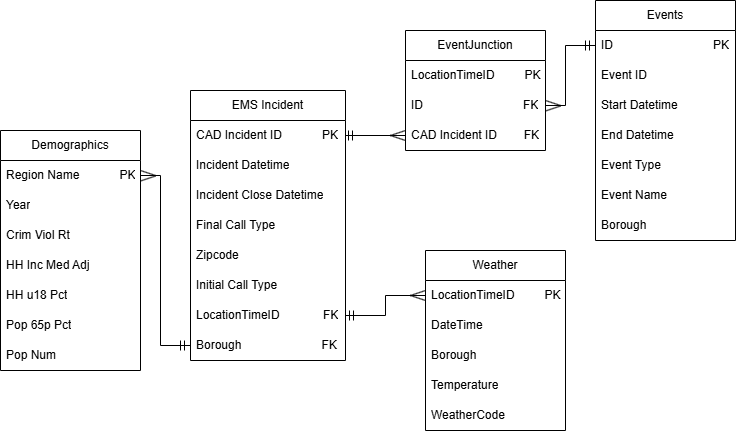
nylaup/ds4320-project1 keeps this draw.io diagram as images/erd.png. Above is the earlier version. Source tidied: cells renumbered, new cells last; positions are measured from the earlier drawing's top-left corner, leaving out a move shared by most shapes. Source of this version:
```xml
<mxGraphModel>
  <root>
    <mxCell id="0" />
    <mxCell id="1" parent="0" />
    <mxCell id="2" value="EMS Incident" style="swimlane;fontStyle=0;horizontal=1;startSize=30;whiteSpace=wrap;html=1;" parent="1" vertex="1">
      <mxGeometry x="190" y="90" width="155" height="270" as="geometry" />
    </mxCell>
    <mxCell id="3" value="CAD Incident ID&amp;nbsp; &amp;nbsp; &amp;nbsp; &amp;nbsp; &amp;nbsp; &amp;nbsp; PK" style="text;strokeColor=none;fillColor=none;align=left;verticalAlign=middle;spacingLeft=4;spacingRight=4;overflow=hidden;points=[[0,0.5],[1,0.5]];portConstraint=eastwest;whiteSpace=wrap;html=1;" parent="2" vertex="1">
      <mxGeometry y="30" width="155" height="30" as="geometry" />
    </mxCell>
    <mxCell id="4" value="Incident Datetime" style="text;strokeColor=none;fillColor=none;align=left;verticalAlign=middle;spacingLeft=4;spacingRight=4;overflow=hidden;whiteSpace=wrap;html=1;" parent="2" vertex="1">
      <mxGeometry y="60" width="155" height="30" as="geometry" />
    </mxCell>
    <mxCell id="5" value="Incident Close Datetime" style="text;strokeColor=none;fillColor=none;align=left;verticalAlign=middle;spacingLeft=4;spacingRight=4;overflow=hidden;whiteSpace=wrap;html=1;" parent="2" vertex="1">
      <mxGeometry y="90" width="155" height="30" as="geometry" />
    </mxCell>
    <mxCell id="6" value="Final Call Type" style="text;strokeColor=none;fillColor=none;align=left;verticalAlign=middle;spacingLeft=4;spacingRight=4;overflow=hidden;whiteSpace=wrap;html=1;" parent="2" vertex="1">
      <mxGeometry y="120" width="155" height="30" as="geometry" />
    </mxCell>
    <mxCell id="7" value="Zipcode" style="text;strokeColor=none;fillColor=none;align=left;verticalAlign=middle;spacingLeft=4;spacingRight=4;overflow=hidden;whiteSpace=wrap;html=1;" parent="2" vertex="1">
      <mxGeometry y="150" width="155" height="30" as="geometry" />
    </mxCell>
    <mxCell id="8" value="Initial Call Type" style="text;strokeColor=none;fillColor=none;align=left;verticalAlign=middle;spacingLeft=4;spacingRight=4;overflow=hidden;whiteSpace=wrap;html=1;" parent="2" vertex="1">
      <mxGeometry y="180" width="155" height="30" as="geometry" />
    </mxCell>
    <mxCell id="9" value="LocationTimeID&amp;nbsp; &amp;nbsp; &amp;nbsp; &amp;nbsp; &amp;nbsp; &amp;nbsp; &amp;nbsp;FK" style="text;strokeColor=none;fillColor=none;align=left;verticalAlign=middle;spacingLeft=4;spacingRight=4;overflow=hidden;points=[[0,0.5],[1,0.5]];portConstraint=eastwest;whiteSpace=wrap;html=1;" parent="2" vertex="1">
      <mxGeometry y="210" width="155" height="30" as="geometry" />
    </mxCell>
    <mxCell id="10" value="Borough&amp;nbsp; &amp;nbsp; &amp;nbsp; &amp;nbsp; &amp;nbsp; &amp;nbsp; &amp;nbsp; &amp;nbsp; &amp;nbsp; &amp;nbsp; &amp;nbsp; &amp;nbsp; FK&amp;nbsp;" style="text;strokeColor=none;fillColor=none;align=left;verticalAlign=middle;spacingLeft=4;spacingRight=4;overflow=hidden;points=[[0,0.5],[1,0.5]];portConstraint=eastwest;whiteSpace=wrap;html=1;" parent="2" vertex="1">
      <mxGeometry y="240" width="155" height="30" as="geometry" />
    </mxCell>
    <mxCell id="11" value="Weather" style="swimlane;fontStyle=0;horizontal=1;startSize=30;whiteSpace=wrap;html=1;" parent="1" vertex="1">
      <mxGeometry x="425" y="250" width="140" height="180" as="geometry" />
    </mxCell>
    <mxCell id="12" value="LocationTimeID&amp;nbsp; &amp;nbsp; &amp;nbsp; &amp;nbsp; &amp;nbsp;PK" style="text;strokeColor=none;fillColor=none;align=left;verticalAlign=middle;spacingLeft=4;spacingRight=4;overflow=hidden;whiteSpace=wrap;html=1;" parent="11" vertex="1">
      <mxGeometry y="30" width="140" height="30" as="geometry" />
    </mxCell>
    <mxCell id="13" value="DateTime&amp;nbsp;&amp;nbsp;" style="text;strokeColor=none;fillColor=none;align=left;verticalAlign=middle;spacingLeft=4;spacingRight=4;overflow=hidden;whiteSpace=wrap;html=1;" parent="11" vertex="1">
      <mxGeometry y="60" width="140" height="30" as="geometry" />
    </mxCell>
    <mxCell id="14" value="Borough" style="text;strokeColor=none;fillColor=none;align=left;verticalAlign=middle;spacingLeft=4;spacingRight=4;overflow=hidden;whiteSpace=wrap;html=1;" parent="11" vertex="1">
      <mxGeometry y="90" width="140" height="30" as="geometry" />
    </mxCell>
    <mxCell id="15" value="Temperature" style="text;strokeColor=none;fillColor=none;align=left;verticalAlign=middle;spacingLeft=4;spacingRight=4;overflow=hidden;whiteSpace=wrap;html=1;" parent="11" vertex="1">
      <mxGeometry y="120" width="140" height="30" as="geometry" />
    </mxCell>
    <mxCell id="16" value="WeatherCode" style="text;strokeColor=none;fillColor=none;align=left;verticalAlign=middle;spacingLeft=4;spacingRight=4;overflow=hidden;whiteSpace=wrap;html=1;" parent="11" vertex="1">
      <mxGeometry y="150" width="140" height="30" as="geometry" />
    </mxCell>
    <mxCell id="17" value="Events" style="swimlane;fontStyle=0;horizontal=1;startSize=30;whiteSpace=wrap;html=1;" parent="1" vertex="1">
      <mxGeometry x="595" width="140" height="240" as="geometry" />
    </mxCell>
    <mxCell id="18" value="ID&amp;nbsp; &amp;nbsp; &amp;nbsp; &amp;nbsp; &amp;nbsp; &amp;nbsp; &amp;nbsp; &amp;nbsp; &amp;nbsp; &amp;nbsp; &amp;nbsp; &amp;nbsp; &amp;nbsp; &amp;nbsp; &amp;nbsp; PK" style="text;strokeColor=none;fillColor=none;align=left;verticalAlign=middle;spacingLeft=4;spacingRight=4;overflow=hidden;points=[[0,0.5],[1,0.5]];portConstraint=eastwest;whiteSpace=wrap;html=1;" parent="17" vertex="1">
      <mxGeometry y="30" width="140" height="30" as="geometry" />
    </mxCell>
    <mxCell id="19" value="Event ID" style="text;strokeColor=none;fillColor=none;align=left;verticalAlign=middle;spacingLeft=4;spacingRight=4;overflow=hidden;whiteSpace=wrap;html=1;" parent="17" vertex="1">
      <mxGeometry y="60" width="140" height="30" as="geometry" />
    </mxCell>
    <mxCell id="20" value="Start Datetime" style="text;strokeColor=none;fillColor=none;align=left;verticalAlign=middle;spacingLeft=4;spacingRight=4;overflow=hidden;whiteSpace=wrap;html=1;" parent="17" vertex="1">
      <mxGeometry y="90" width="140" height="30" as="geometry" />
    </mxCell>
    <mxCell id="21" value="End Datetime" style="text;strokeColor=none;fillColor=none;align=left;verticalAlign=middle;spacingLeft=4;spacingRight=4;overflow=hidden;whiteSpace=wrap;html=1;" parent="17" vertex="1">
      <mxGeometry y="120" width="140" height="30" as="geometry" />
    </mxCell>
    <mxCell id="22" value="Event Type" style="text;strokeColor=none;fillColor=none;align=left;verticalAlign=middle;spacingLeft=4;spacingRight=4;overflow=hidden;whiteSpace=wrap;html=1;" parent="17" vertex="1">
      <mxGeometry y="150" width="140" height="30" as="geometry" />
    </mxCell>
    <mxCell id="23" value="Event Name" style="text;strokeColor=none;fillColor=none;align=left;verticalAlign=middle;spacingLeft=4;spacingRight=4;overflow=hidden;whiteSpace=wrap;html=1;" parent="17" vertex="1">
      <mxGeometry y="180" width="140" height="30" as="geometry" />
    </mxCell>
    <mxCell id="24" value="Borough" style="text;strokeColor=none;fillColor=none;align=left;verticalAlign=middle;spacingLeft=4;spacingRight=4;overflow=hidden;whiteSpace=wrap;html=1;" parent="17" vertex="1">
      <mxGeometry y="210" width="140" height="30" as="geometry" />
    </mxCell>
    <mxCell id="25" value="Demographics" style="swimlane;fontStyle=0;horizontal=1;startSize=30;whiteSpace=wrap;html=1;" parent="1" vertex="1">
      <mxGeometry y="130" width="140" height="240" as="geometry" />
    </mxCell>
    <mxCell id="26" value="Region Name&amp;nbsp; &amp;nbsp; &amp;nbsp; &amp;nbsp; &amp;nbsp; &amp;nbsp; PK" style="text;strokeColor=none;fillColor=none;align=left;verticalAlign=middle;spacingLeft=4;spacingRight=4;overflow=hidden;points=[[0,0.5],[1,0.5]];portConstraint=eastwest;whiteSpace=wrap;html=1;" parent="25" vertex="1">
      <mxGeometry y="30" width="140" height="30" as="geometry" />
    </mxCell>
    <mxCell id="27" value="Year" style="text;strokeColor=none;fillColor=none;align=left;verticalAlign=middle;spacingLeft=4;spacingRight=4;overflow=hidden;whiteSpace=wrap;html=1;" parent="25" vertex="1">
      <mxGeometry y="60" width="140" height="30" as="geometry" />
    </mxCell>
    <mxCell id="28" value="Crim Viol Rt" style="text;strokeColor=none;fillColor=none;align=left;verticalAlign=middle;spacingLeft=4;spacingRight=4;overflow=hidden;whiteSpace=wrap;html=1;" parent="25" vertex="1">
      <mxGeometry y="90" width="140" height="30" as="geometry" />
    </mxCell>
    <mxCell id="29" value="HH Inc Med Adj" style="text;strokeColor=none;fillColor=none;align=left;verticalAlign=middle;spacingLeft=4;spacingRight=4;overflow=hidden;whiteSpace=wrap;html=1;" parent="25" vertex="1">
      <mxGeometry y="120" width="140" height="30" as="geometry" />
    </mxCell>
    <mxCell id="30" value="HH u18 Pct" style="text;strokeColor=none;fillColor=none;align=left;verticalAlign=middle;spacingLeft=4;spacingRight=4;overflow=hidden;whiteSpace=wrap;html=1;" parent="25" vertex="1">
      <mxGeometry y="150" width="140" height="30" as="geometry" />
    </mxCell>
    <mxCell id="31" value="Pop 65p Pct" style="text;strokeColor=none;fillColor=none;align=left;verticalAlign=middle;spacingLeft=4;spacingRight=4;overflow=hidden;whiteSpace=wrap;html=1;" parent="25" vertex="1">
      <mxGeometry y="180" width="140" height="30" as="geometry" />
    </mxCell>
    <mxCell id="32" value="Pop Num" style="text;strokeColor=none;fillColor=none;align=left;verticalAlign=middle;spacingLeft=4;spacingRight=4;overflow=hidden;whiteSpace=wrap;html=1;" parent="25" vertex="1">
      <mxGeometry y="210" width="140" height="30" as="geometry" />
    </mxCell>
    <mxCell id="33" style="endArrow=none;html=1;rounded=0;entryX=1;entryY=0.5;entryDx=0;entryDy=0;exitX=0;exitY=0.5;exitDx=0;exitDy=0;" parent="1" edge="1" source="10" target="26">
      <mxGeometry relative="1" as="geometry">
        <Array as="points">
          <mxPoint x="160" y="345" />
          <mxPoint x="160" y="175" />
        </Array>
      </mxGeometry>
    </mxCell>
    <mxCell id="34" value="EventJunction" style="swimlane;fontStyle=0;horizontal=1;startSize=30;whiteSpace=wrap;html=1;" parent="1" vertex="1">
      <mxGeometry x="405" y="30" width="140" height="120" as="geometry" />
    </mxCell>
    <mxCell id="35" value="LocationTimeID&amp;nbsp; &amp;nbsp; &amp;nbsp; &amp;nbsp; &amp;nbsp;PK" style="text;strokeColor=none;fillColor=none;align=left;verticalAlign=middle;spacingLeft=4;spacingRight=4;overflow=hidden;whiteSpace=wrap;html=1;" parent="34" vertex="1">
      <mxGeometry y="30" width="140" height="30" as="geometry" />
    </mxCell>
    <mxCell id="36" value="ID&amp;nbsp; &amp;nbsp; &amp;nbsp; &amp;nbsp; &amp;nbsp; &amp;nbsp; &amp;nbsp; &amp;nbsp; &amp;nbsp; &amp;nbsp; &amp;nbsp; &amp;nbsp; &amp;nbsp; &amp;nbsp; &amp;nbsp; FK" style="text;strokeColor=none;fillColor=none;align=left;verticalAlign=middle;spacingLeft=4;spacingRight=4;overflow=hidden;points=[[0,0.5],[1,0.5]];portConstraint=eastwest;whiteSpace=wrap;html=1;" parent="34" vertex="1">
      <mxGeometry y="60" width="140" height="30" as="geometry" />
    </mxCell>
    <mxCell id="37" value="CAD Incident ID&amp;nbsp; &amp;nbsp; &amp;nbsp; &amp;nbsp; FK" style="text;strokeColor=none;fillColor=none;align=left;verticalAlign=middle;spacingLeft=4;spacingRight=4;overflow=hidden;points=[[0,0.5],[1,0.5]];portConstraint=eastwest;whiteSpace=wrap;html=1;" parent="34" vertex="1">
      <mxGeometry y="90" width="140" height="30" as="geometry" />
    </mxCell>
    <mxCell id="38" style="endArrow=none;html=1;rounded=0;exitX=1;exitY=0.5;exitDx=0;exitDy=0;entryX=0;entryY=0.5;entryDx=0;entryDy=0;" parent="1" edge="1" source="3" target="37">
      <mxGeometry relative="1" as="geometry" />
    </mxCell>
    <mxCell id="39" style="endArrow=none;html=1;rounded=0;exitX=1;exitY=0.5;exitDx=0;exitDy=0;entryX=0;entryY=0.5;entryDx=0;entryDy=0;" parent="1" edge="1" source="36" target="18">
      <mxGeometry relative="1" as="geometry">
        <Array as="points">
          <mxPoint x="565" y="105" />
          <mxPoint x="565" y="45" />
        </Array>
      </mxGeometry>
    </mxCell>
    <mxCell id="40" style="endArrow=none;html=1;rounded=0;exitX=1;exitY=0.5;exitDx=0;exitDy=0;entryX=0;entryY=0.25;entryDx=0;entryDy=0;" parent="1" edge="1" source="9" target="11">
      <mxGeometry relative="1" as="geometry">
        <Array as="points">
          <mxPoint x="385" y="315" />
          <mxPoint x="385" y="295" />
        </Array>
      </mxGeometry>
    </mxCell>
    <mxCell id="41" style="endArrow=none;html=1;rounded=0;" parent="1" edge="1">
      <mxGeometry relative="1" as="geometry">
        <mxPoint x="184" y="350" as="sourcePoint" />
        <mxPoint x="184" y="340" as="targetPoint" />
      </mxGeometry>
    </mxCell>
    <mxCell id="42" style="endArrow=none;html=1;rounded=0;" parent="1" edge="1">
      <mxGeometry relative="1" as="geometry">
        <mxPoint x="180" y="350" as="sourcePoint" />
        <mxPoint x="180" y="340" as="targetPoint" />
      </mxGeometry>
    </mxCell>
    <mxCell id="43" style="endArrow=none;html=1;rounded=0;" parent="1" edge="1">
      <mxGeometry relative="1" as="geometry">
        <mxPoint x="349" y="320" as="sourcePoint" />
        <mxPoint x="349" y="310" as="targetPoint" />
      </mxGeometry>
    </mxCell>
    <mxCell id="44" style="endArrow=none;html=1;rounded=0;" parent="1" edge="1">
      <mxGeometry relative="1" as="geometry">
        <mxPoint x="353" y="320" as="sourcePoint" />
        <mxPoint x="353" y="310" as="targetPoint" />
      </mxGeometry>
    </mxCell>
    <mxCell id="45" style="endArrow=none;html=1;rounded=0;exitX=1;exitY=0.5;exitDx=0;exitDy=0;" parent="1" edge="1">
      <mxGeometry relative="1" as="geometry">
        <mxPoint x="140" y="170" as="sourcePoint" />
        <mxPoint x="155" y="175" as="targetPoint" />
      </mxGeometry>
    </mxCell>
    <mxCell id="46" style="endArrow=none;html=1;rounded=0;exitX=1;exitY=0.5;exitDx=0;exitDy=0;entryX=1;entryY=0.5;entryDx=0;entryDy=0;" parent="1" edge="1">
      <mxGeometry relative="1" as="geometry">
        <mxPoint x="140" y="180.5" as="sourcePoint" />
        <mxPoint x="155" y="175.5" as="targetPoint" />
      </mxGeometry>
    </mxCell>
    <mxCell id="47" style="endArrow=none;html=1;rounded=0;exitX=1;exitY=0.5;exitDx=0;exitDy=0;entryX=1;entryY=0.5;entryDx=0;entryDy=0;" parent="1" edge="1">
      <mxGeometry relative="1" as="geometry">
        <mxPoint x="410" y="295" as="sourcePoint" />
        <mxPoint x="425" y="290" as="targetPoint" />
      </mxGeometry>
    </mxCell>
    <mxCell id="48" style="endArrow=none;html=1;rounded=0;exitX=1;exitY=0.5;exitDx=0;exitDy=0;" parent="1" edge="1">
      <mxGeometry relative="1" as="geometry">
        <mxPoint x="410" y="295" as="sourcePoint" />
        <mxPoint x="425" y="300" as="targetPoint" />
      </mxGeometry>
    </mxCell>
    <mxCell id="49" style="endArrow=none;html=1;rounded=0;" parent="1" edge="1">
      <mxGeometry relative="1" as="geometry">
        <mxPoint x="348" y="140" as="sourcePoint" />
        <mxPoint x="348" y="130" as="targetPoint" />
      </mxGeometry>
    </mxCell>
    <mxCell id="50" style="endArrow=none;html=1;rounded=0;" parent="1" edge="1">
      <mxGeometry relative="1" as="geometry">
        <mxPoint x="352" y="140" as="sourcePoint" />
        <mxPoint x="352" y="130" as="targetPoint" />
      </mxGeometry>
    </mxCell>
    <mxCell id="51" style="endArrow=none;html=1;rounded=0;" parent="1" edge="1">
      <mxGeometry relative="1" as="geometry">
        <mxPoint x="585" y="50" as="sourcePoint" />
        <mxPoint x="585" y="40" as="targetPoint" />
      </mxGeometry>
    </mxCell>
    <mxCell id="52" style="endArrow=none;html=1;rounded=0;" parent="1" edge="1">
      <mxGeometry relative="1" as="geometry">
        <mxPoint x="589" y="50" as="sourcePoint" />
        <mxPoint x="589" y="40" as="targetPoint" />
      </mxGeometry>
    </mxCell>
    <mxCell id="53" style="endArrow=none;html=1;rounded=0;exitX=1;exitY=0.5;exitDx=0;exitDy=0;entryX=1;entryY=0.5;entryDx=0;entryDy=0;" parent="1" edge="1">
      <mxGeometry relative="1" as="geometry">
        <mxPoint x="390" y="135" as="sourcePoint" />
        <mxPoint x="405" y="130" as="targetPoint" />
      </mxGeometry>
    </mxCell>
    <mxCell id="54" style="endArrow=none;html=1;rounded=0;exitX=1;exitY=0.5;exitDx=0;exitDy=0;" parent="1" edge="1">
      <mxGeometry relative="1" as="geometry">
        <mxPoint x="390" y="135" as="sourcePoint" />
        <mxPoint x="405" y="140" as="targetPoint" />
      </mxGeometry>
    </mxCell>
    <mxCell id="55" style="endArrow=none;html=1;rounded=0;exitX=1;exitY=0.5;exitDx=0;exitDy=0;" parent="1" edge="1">
      <mxGeometry relative="1" as="geometry">
        <mxPoint x="545" y="100" as="sourcePoint" />
        <mxPoint x="560" y="105" as="targetPoint" />
      </mxGeometry>
    </mxCell>
    <mxCell id="56" style="endArrow=none;html=1;rounded=0;exitX=1;exitY=0.5;exitDx=0;exitDy=0;entryX=1;entryY=0.5;entryDx=0;entryDy=0;" parent="1" edge="1">
      <mxGeometry relative="1" as="geometry">
        <mxPoint x="545" y="110.5" as="sourcePoint" />
        <mxPoint x="560" y="105.5" as="targetPoint" />
      </mxGeometry>
    </mxCell>
  </root>
</mxGraphModel>
```
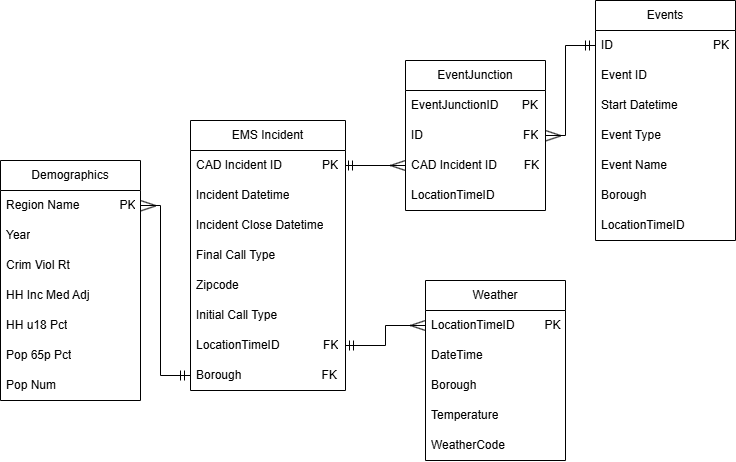
Later version of the same file.

The edit, as a diff of the source:
```diff
@@ -48,7 +48,7 @@
       <mxGeometry y="150" width="140" height="30" as="geometry" />
     </mxCell>
     <mxCell id="17" value="Events" style="swimlane;fontStyle=0;horizontal=1;startSize=30;whiteSpace=wrap;html=1;" parent="1" vertex="1">
-      <mxGeometry x="595" width="140" height="240" as="geometry" />
+      <mxGeometry x="595" y="-30" width="140" height="240" as="geometry" />
     </mxCell>
     <mxCell id="18" value="ID&amp;nbsp; &amp;nbsp; &amp;nbsp; &amp;nbsp; &amp;nbsp; &amp;nbsp; &amp;nbsp; &amp;nbsp; &amp;nbsp; &amp;nbsp; &amp;nbsp; &amp;nbsp; &amp;nbsp; &amp;nbsp; &amp;nbsp; PK" style="text;strokeColor=none;fillColor=none;align=left;verticalAlign=middle;spacingLeft=4;spacingRight=4;overflow=hidden;points=[[0,0.5],[1,0.5]];portConstraint=eastwest;whiteSpace=wrap;html=1;" parent="17" vertex="1">
       <mxGeometry y="30" width="140" height="30" as="geometry" />
@@ -59,18 +59,18 @@
     <mxCell id="20" value="Start Datetime" style="text;strokeColor=none;fillColor=none;align=left;verticalAlign=middle;spacingLeft=4;spacingRight=4;overflow=hidden;whiteSpace=wrap;html=1;" parent="17" vertex="1">
       <mxGeometry y="90" width="140" height="30" as="geometry" />
     </mxCell>
-    <mxCell id="21" value="End Datetime" style="text;strokeColor=none;fillColor=none;align=left;verticalAlign=middle;spacingLeft=4;spacingRight=4;overflow=hidden;whiteSpace=wrap;html=1;" parent="17" vertex="1">
-      <mxGeometry y="120" width="140" height="30" as="geometry" />
-    </mxCell>
     <mxCell id="22" value="Event Type" style="text;strokeColor=none;fillColor=none;align=left;verticalAlign=middle;spacingLeft=4;spacingRight=4;overflow=hidden;whiteSpace=wrap;html=1;" parent="17" vertex="1">
-      <mxGeometry y="150" width="140" height="30" as="geometry" />
+      <mxGeometry y="120" width="140" height="30" as="geometry" />
     </mxCell>
     <mxCell id="23" value="Event Name" style="text;strokeColor=none;fillColor=none;align=left;verticalAlign=middle;spacingLeft=4;spacingRight=4;overflow=hidden;whiteSpace=wrap;html=1;" parent="17" vertex="1">
-      <mxGeometry y="180" width="140" height="30" as="geometry" />
+      <mxGeometry y="150" width="140" height="30" as="geometry" />
     </mxCell>
     <mxCell id="24" value="Borough" style="text;strokeColor=none;fillColor=none;align=left;verticalAlign=middle;spacingLeft=4;spacingRight=4;overflow=hidden;whiteSpace=wrap;html=1;" parent="17" vertex="1">
-      <mxGeometry y="210" width="140" height="30" as="geometry" />
+      <mxGeometry y="180" width="140" height="30" as="geometry" />
     </mxCell>
+    <mxCell id="57" value="LocationTimeID" style="text;strokeColor=none;fillColor=none;align=left;verticalAlign=middle;spacingLeft=4;spacingRight=4;overflow=hidden;whiteSpace=wrap;html=1;" parent="17" vertex="1">
+      <mxGeometry y="210" width="140" height="30" as="geometry" />
+    </mxCell>
     <mxCell id="25" value="Demographics" style="swimlane;fontStyle=0;horizontal=1;startSize=30;whiteSpace=wrap;html=1;" parent="1" vertex="1">
       <mxGeometry y="130" width="140" height="240" as="geometry" />
     </mxCell>
@@ -104,9 +104,9 @@
       </mxGeometry>
     </mxCell>
     <mxCell id="34" value="EventJunction" style="swimlane;fontStyle=0;horizontal=1;startSize=30;whiteSpace=wrap;html=1;" parent="1" vertex="1">
-      <mxGeometry x="405" y="30" width="140" height="120" as="geometry" />
+      <mxGeometry x="405" y="30" width="140" height="150" as="geometry" />
     </mxCell>
-    <mxCell id="35" value="LocationTimeID&amp;nbsp; &amp;nbsp; &amp;nbsp; &amp;nbsp; &amp;nbsp;PK" style="text;strokeColor=none;fillColor=none;align=left;verticalAlign=middle;spacingLeft=4;spacingRight=4;overflow=hidden;whiteSpace=wrap;html=1;" parent="34" vertex="1">
+    <mxCell id="35" value="EventJunctionID&amp;nbsp; &amp;nbsp; &amp;nbsp; &amp;nbsp;PK" style="text;strokeColor=none;fillColor=none;align=left;verticalAlign=middle;spacingLeft=4;spacingRight=4;overflow=hidden;whiteSpace=wrap;html=1;" parent="34" vertex="1">
       <mxGeometry y="30" width="140" height="30" as="geometry" />
     </mxCell>
     <mxCell id="36" value="ID&amp;nbsp; &amp;nbsp; &amp;nbsp; &amp;nbsp; &amp;nbsp; &amp;nbsp; &amp;nbsp; &amp;nbsp; &amp;nbsp; &amp;nbsp; &amp;nbsp; &amp;nbsp; &amp;nbsp; &amp;nbsp; &amp;nbsp; FK" style="text;strokeColor=none;fillColor=none;align=left;verticalAlign=middle;spacingLeft=4;spacingRight=4;overflow=hidden;points=[[0,0.5],[1,0.5]];portConstraint=eastwest;whiteSpace=wrap;html=1;" parent="34" vertex="1">
@@ -115,6 +115,9 @@
     <mxCell id="37" value="CAD Incident ID&amp;nbsp; &amp;nbsp; &amp;nbsp; &amp;nbsp; FK" style="text;strokeColor=none;fillColor=none;align=left;verticalAlign=middle;spacingLeft=4;spacingRight=4;overflow=hidden;points=[[0,0.5],[1,0.5]];portConstraint=eastwest;whiteSpace=wrap;html=1;" parent="34" vertex="1">
       <mxGeometry y="90" width="140" height="30" as="geometry" />
     </mxCell>
+    <mxCell id="58" value="LocationTimeID" style="text;strokeColor=none;fillColor=none;align=left;verticalAlign=middle;spacingLeft=4;spacingRight=4;overflow=hidden;whiteSpace=wrap;html=1;" parent="34" vertex="1">
+      <mxGeometry y="120" width="140" height="30" as="geometry" />
+    </mxCell>
     <mxCell id="38" style="endArrow=none;html=1;rounded=0;exitX=1;exitY=0.5;exitDx=0;exitDy=0;entryX=0;entryY=0.5;entryDx=0;entryDy=0;" parent="1" edge="1" source="3" target="37">
       <mxGeometry relative="1" as="geometry" />
     </mxCell>
@@ -122,7 +125,7 @@
       <mxGeometry relative="1" as="geometry">
         <Array as="points">
           <mxPoint x="565" y="105" />
-          <mxPoint x="565" y="45" />
+          <mxPoint x="565" y="15" />
         </Array>
       </mxGeometry>
     </mxCell>
@@ -196,14 +199,14 @@
     </mxCell>
     <mxCell id="51" style="endArrow=none;html=1;rounded=0;" parent="1" edge="1">
       <mxGeometry relative="1" as="geometry">
-        <mxPoint x="585" y="50" as="sourcePoint" />
-        <mxPoint x="585" y="40" as="targetPoint" />
+        <mxPoint x="585" y="20" as="sourcePoint" />
+        <mxPoint x="585" y="10" as="targetPoint" />
       </mxGeometry>
     </mxCell>
     <mxCell id="52" style="endArrow=none;html=1;rounded=0;" parent="1" edge="1">
       <mxGeometry relative="1" as="geometry">
-        <mxPoint x="589" y="50" as="sourcePoint" />
-        <mxPoint x="589" y="40" as="targetPoint" />
+        <mxPoint x="589" y="20" as="sourcePoint" />
+        <mxPoint x="589" y="10" as="targetPoint" />
       </mxGeometry>
     </mxCell>
     <mxCell id="53" style="endArrow=none;html=1;rounded=0;exitX=1;exitY=0.5;exitDx=0;exitDy=0;entryX=1;entryY=0.5;entryDx=0;entryDy=0;" parent="1" edge="1">
```
